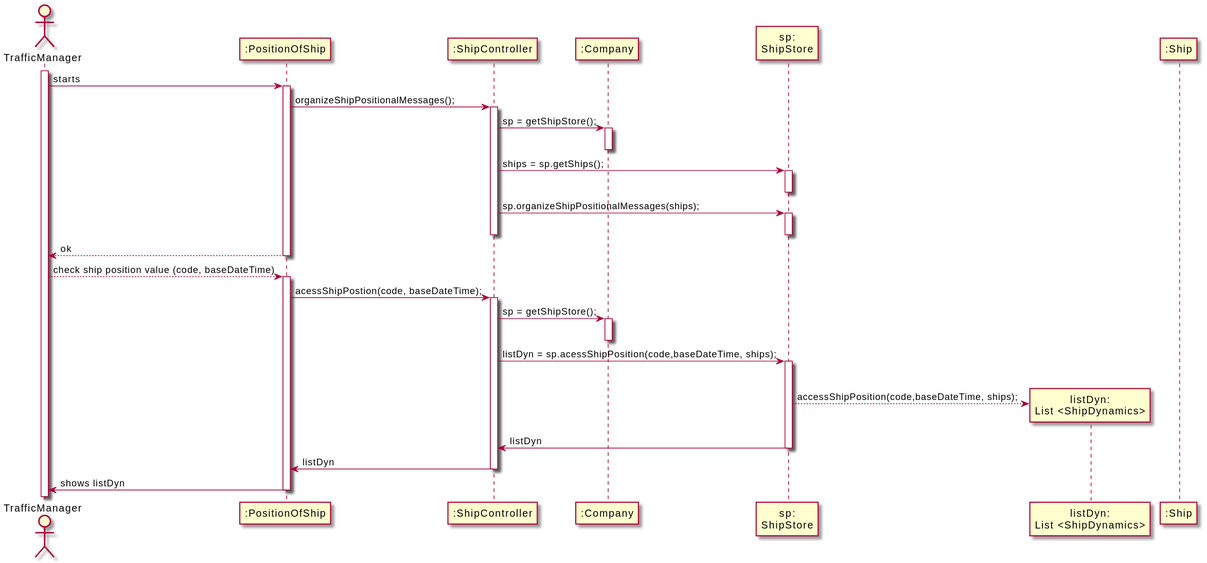
RuiRioPina/CargoMaster keeps this PlantUML diagram as docs/US103/US103_SD.svg. Above is the earlier version.
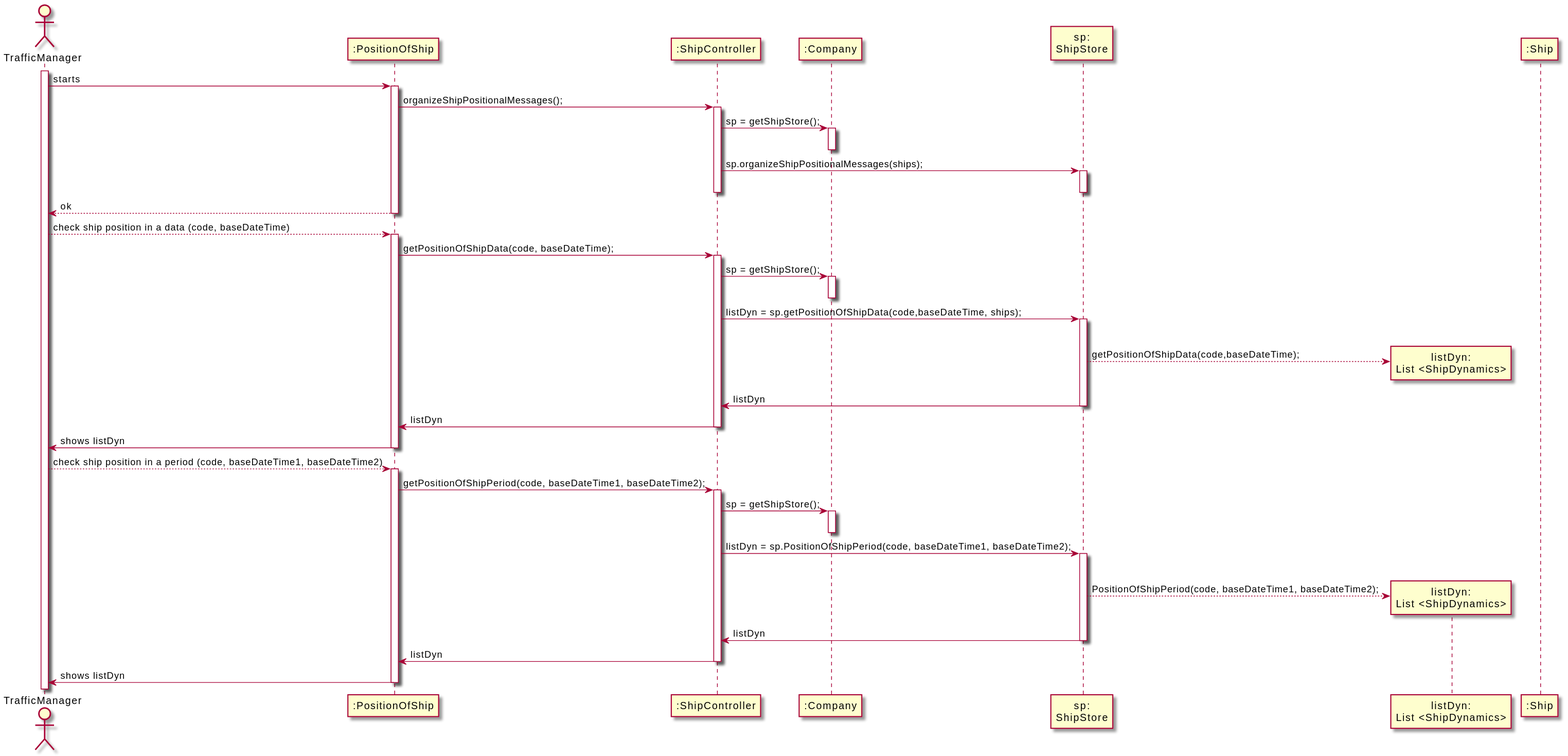
After the commit.

What changed in the source:
```diff
@@ -15,9 +15,6 @@
 CTRL -> CMP : sp = getShipStore();
 activate CMP
 deactivate CMP
-CTRL -> STORE : ships = sp.getShips();
-activate STORE
-deactivate STORE
 CTRL -> STORE : sp.organizeShipPositionalMessages(ships);
 activate STORE
 deactivate STORE
@@ -25,17 +22,35 @@
 deactivate CTRL
 POS --> TM : ok
 deactivate POS
-TM --> POS : check ship position value (code, baseDateTime)
+TM --> POS : check ship position in a data (code, baseDateTime)
 activate POS
-POS -> CTRL : acessShipPostion(code, baseDateTime);
+POS -> CTRL : getPositionOfShipData(code, baseDateTime);
 activate CTRL
 CTRL -> CMP : sp = getShipStore();
 activate CMP
 deactivate CMP
-CTRL -> STORE : listDyn = sp.acessShipPosition(code,baseDateTime, ships);
+CTRL -> STORE : listDyn = sp.getPositionOfShipData(code,baseDateTime, ships);
 activate STORE
 deactivate CMP
-STORE --> listDyn** : accessShipPosition(code,baseDateTime, ships);
+STORE --> listDyn** : getPositionOfShipData(code,baseDateTime);
+
+STORE -> CTRL : listDyn
+deactivate STORE
+CTRL -> POS :listDyn
+deactivate CTRL
+POS -> TM : shows listDyn
+deactivate POS
+TM --> POS : check ship position in a period (code, baseDateTime1, baseDateTime2)
+activate POS
+POS -> CTRL : getPositionOfShipPeriod(code, baseDateTime1, baseDateTime2);
+activate CTRL
+CTRL -> CMP : sp = getShipStore();
+activate CMP
+deactivate CMP
+CTRL -> STORE : listDyn = sp.PositionOfShipPeriod(code, baseDateTime1, baseDateTime2);
+activate STORE
+deactivate CMP
+STORE --> listDyn** : PositionOfShipPeriod(code, baseDateTime1, baseDateTime2);
 
 STORE -> CTRL : listDyn
 deactivate STORE
```
